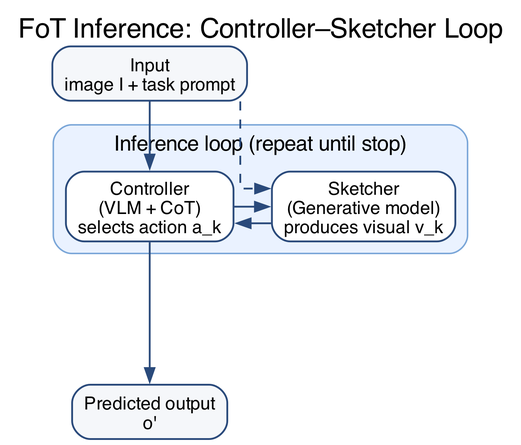
Earlier version of the Graphviz export diagrams/inference.png (mashathepotato/visual-reasoning). Its source is kept beside it as diagrams/inference.dot.
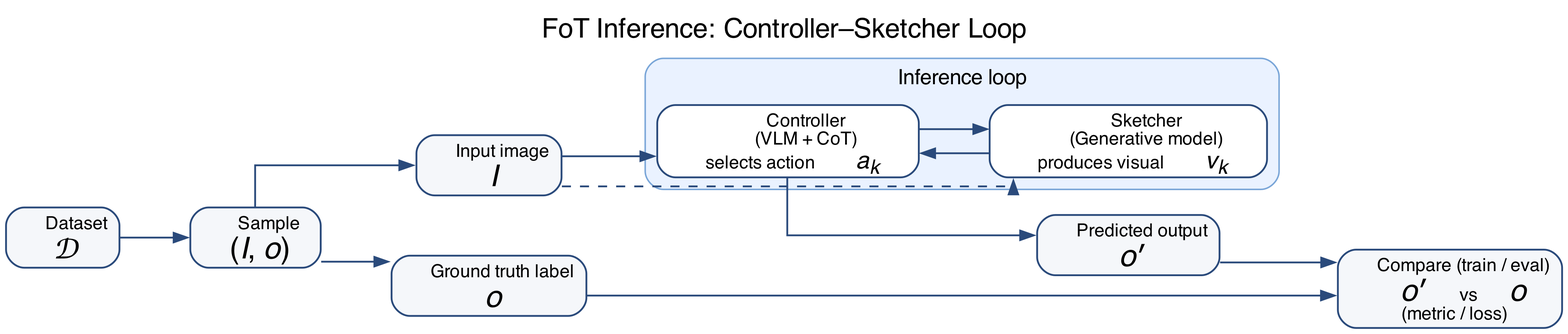
After the commit.

Commit message:
Refine inference diagram notation

Diff of the diagram source:
```diff
@@ -1,6 +1,6 @@
 digraph Inference {
   graph [
-    rankdir=TB,
+    rankdir=LR,
     fontsize=18,
     fontname="Helvetica",
     labelloc="t",
@@ -25,30 +25,102 @@
   edge [
     color="#2A4A7B",
     penwidth=1.2,
-    arrowsize=0.9
+    arrowsize=0.9,
+    fontname="Helvetica",
+    fontsize=10
   ];
 
-  input [label="Input\nimage I + task prompt", fillcolor="#F5F7FA"];
-  output [label="Predicted output\no'", fillcolor="#F5F7FA"];
+  dataset [
+    label=<
+      <FONT FACE="Helvetica">Dataset</FONT><BR/>
+      <FONT FACE="Times New Roman" POINT-SIZE="20"><I>𝒟</I></FONT>
+    >,
+    fillcolor="#F5F7FA"
+  ];
+
+  sample [
+    label=<
+      <FONT FACE="Helvetica">Sample</FONT><BR/>
+      <FONT FACE="Times New Roman" POINT-SIZE="20">(<I>I</I>, <I>o</I>)</FONT>
+    >,
+    fillcolor="#F5F7FA"
+  ];
+
+  input [
+    label=<
+      <FONT FACE="Helvetica">Input image</FONT><BR/>
+      <FONT FACE="Times New Roman" POINT-SIZE="20"><I>I</I></FONT>
+    >,
+    fillcolor="#F5F7FA"
+  ];
+
+  truth [
+    label=<
+      <FONT FACE="Helvetica">Ground truth label</FONT><BR/>
+      <FONT FACE="Times New Roman" POINT-SIZE="20"><I>o</I></FONT>
+    >,
+    fillcolor="#F5F7FA"
+  ];
+
+  output [
+    label=<
+      <FONT FACE="Helvetica">Predicted output</FONT><BR/>
+      <FONT FACE="Times New Roman" POINT-SIZE="20"><I>o</I>′</FONT>
+    >,
+    fillcolor="#F5F7FA"
+  ];
+
+  compare [
+    label=<
+      <FONT FACE="Helvetica">Compare (train / eval)</FONT><BR/>
+      <FONT FACE="Times New Roman" POINT-SIZE="20"><I>o</I>′</FONT>
+      <FONT FACE="Helvetica"> vs </FONT>
+      <FONT FACE="Times New Roman" POINT-SIZE="20"><I>o</I></FONT><BR/>
+      <FONT FACE="Helvetica">(metric / loss)</FONT>
+    >,
+    fillcolor="#F5F7FA"
+  ];
 
   subgraph cluster_loop {
-    label="Inference loop (repeat until stop)";
+    label="Inference loop";
     fontname="Helvetica";
     fontsize=14;
     color="#7AA6D8";
     style="rounded,filled";
     fillcolor="#EAF2FF";
 
-    controller [label="Controller\n(VLM + CoT)\nselects action a_k"];
-    sketcher [label="Sketcher\n(Generative model)\nproduces visual v_k"];
+    controller [
+      label=<
+        <FONT FACE="Helvetica">Controller</FONT><BR/>
+        <FONT FACE="Helvetica">(VLM + CoT)</FONT><BR/>
+        <FONT FACE="Helvetica">selects action </FONT>
+        <FONT FACE="Times New Roman" POINT-SIZE="16"><I>a</I><SUB><I>k</I></SUB></FONT>
+      >
+    ];
 
-    { rank=same; controller; sketcher; }
+    sketcher [
+      label=<
+        <FONT FACE="Helvetica">Sketcher</FONT><BR/>
+        <FONT FACE="Helvetica">(Generative model)</FONT><BR/>
+        <FONT FACE="Helvetica">produces visual </FONT>
+        <FONT FACE="Times New Roman" POINT-SIZE="16"><I>v</I><SUB><I>k</I></SUB></FONT>
+      >
+    ];
 
-    controller -> sketcher;
-    sketcher -> controller;
+    controller:ne -> sketcher:nw;
+    sketcher:sw -> controller:se;
   }
 
+  dataset -> sample;
+  sample -> input;
+  sample -> truth;
+
+  { rank=same; input; truth; }
+
   input -> controller;
-  controller -> output [minlen=2];
   input -> sketcher [style=dashed, constraint=false];
+  controller -> output;
+
+  output -> compare;
+  truth -> compare;
 }
```
